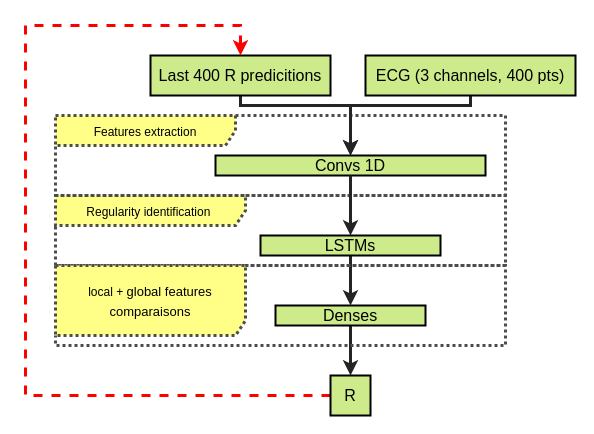
This is page "V-2" (2 of 4) of Model.drawio from melpiro/Chess, a draw.io file, before an edit. Source tidied: cells renumbered, new cells numbered last; positions are measured from the earlier drawing's top-left corner, leaving out a move shared by most shapes. Both pictures are drawn from the tidied source at 100%, with x=0, y=0 at pixel (25, 25).
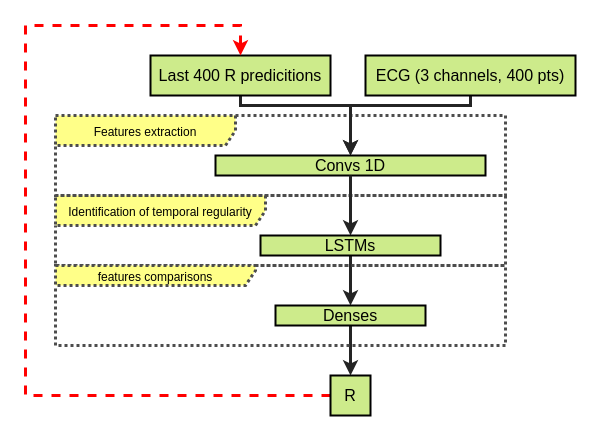
Above is the later version.

Diff of the diagram source:
```diff
@@
-    <mxCell id="2" value="&lt;font style=&quot;font-size: 12px&quot;&gt;Regularity identification&amp;nbsp;&lt;/font&gt;" style="shape=umlFrame;whiteSpace=wrap;html=1;fontSize=16;strokeWidth=3;fillColor=#ffff88;fontColor=#000000;strokeColor=#4D4D4D;dashed=1;width=190;height=30;dashPattern=1 1;" parent="1" vertex="1">
+    <mxCell id="2" value="&lt;span style=&quot;font-size: 12px&quot;&gt;Identification of temporal regularity&lt;/span&gt;" style="shape=umlFrame;whiteSpace=wrap;html=1;fontSize=16;strokeWidth=3;fillColor=#ffff88;fontColor=#000000;strokeColor=#4D4D4D;dashed=1;width=210;height=30;dashPattern=1 1;" parent="1" vertex="1">
       <mxGeometry x="30" y="170" width="450" height="70" as="geometry" />
     </mxCell>
@@
-    <mxCell id="16" value="&lt;span style=&quot;font-size: 12px&quot;&gt;local&amp;nbsp;+&amp;nbsp;&lt;/span&gt;&lt;span style=&quot;font-size: 13px&quot;&gt;global features &lt;br&gt;comparaisons&lt;/span&gt;&lt;span style=&quot;font-size: 12px&quot;&gt;&lt;br&gt;&lt;/span&gt;" style="shape=umlFrame;whiteSpace=wrap;html=1;fontSize=16;strokeWidth=3;fillColor=#ffff88;fontColor=#000000;dashed=1;width=190;height=70;dashPattern=1 1;strokeColor=#4D4D4D;" parent="1" vertex="1">
+    <mxCell id="16" value="&lt;span style=&quot;font-size: 12px&quot;&gt;features comparisons&lt;/span&gt;" style="shape=umlFrame;whiteSpace=wrap;html=1;fontSize=16;strokeWidth=3;fillColor=#ffff88;fontColor=#000000;dashed=1;width=200;height=20;dashPattern=1 1;strokeColor=#4D4D4D;" parent="1" vertex="1">
       <mxGeometry x="30" y="240" width="450" height="80" as="geometry" />
     </mxCell>
```
